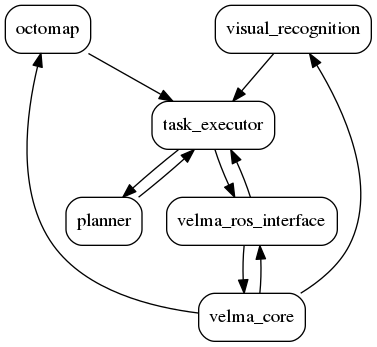
Earlier version of the Graphviz export images/agents_example.dot.png (RCPRG-ros-pkg/velma_docs). Its source is kept beside it as images/agents_example.dot.
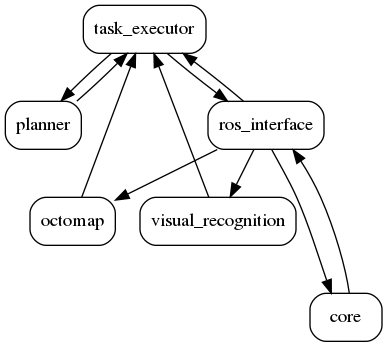
After the commit.

Change to the diagram source:
```diff
@@ -3,18 +3,18 @@
     agent_a [style=filled shape=box style=rounded label = "planner"];
     agent_b [style=filled shape=box style=rounded label = "octomap"];
     agent_c [style=filled shape=box style=rounded label = "visual_recognition"];
-    velma_ros_interface [style=filled shape=box style=rounded label = "velma_ros_interface"];
-    {rank=sink velma_core [style=filled shape=box style=rounded label = "velma_core"];}
+    ros_interface [style=filled shape=box style=rounded label = "ros_interface"];
+    {rank=sink core [style=filled shape=box style=rounded label = "core"];}
 
-    velma_ros_interface -> velma_core;
-    velma_core -> velma_ros_interface;
-    velma_core -> agent_b;
-    velma_core -> agent_c;
+    ros_interface -> core;
+    core -> ros_interface;
+    ros_interface -> agent_b;
+    ros_interface -> agent_c;
 
     task -> agent_a;
 
-    velma_ros_interface -> task;
-    task -> velma_ros_interface;
+    ros_interface -> task;
+    task -> ros_interface;
 
     agent_a -> task;
     agent_b -> task;
```
